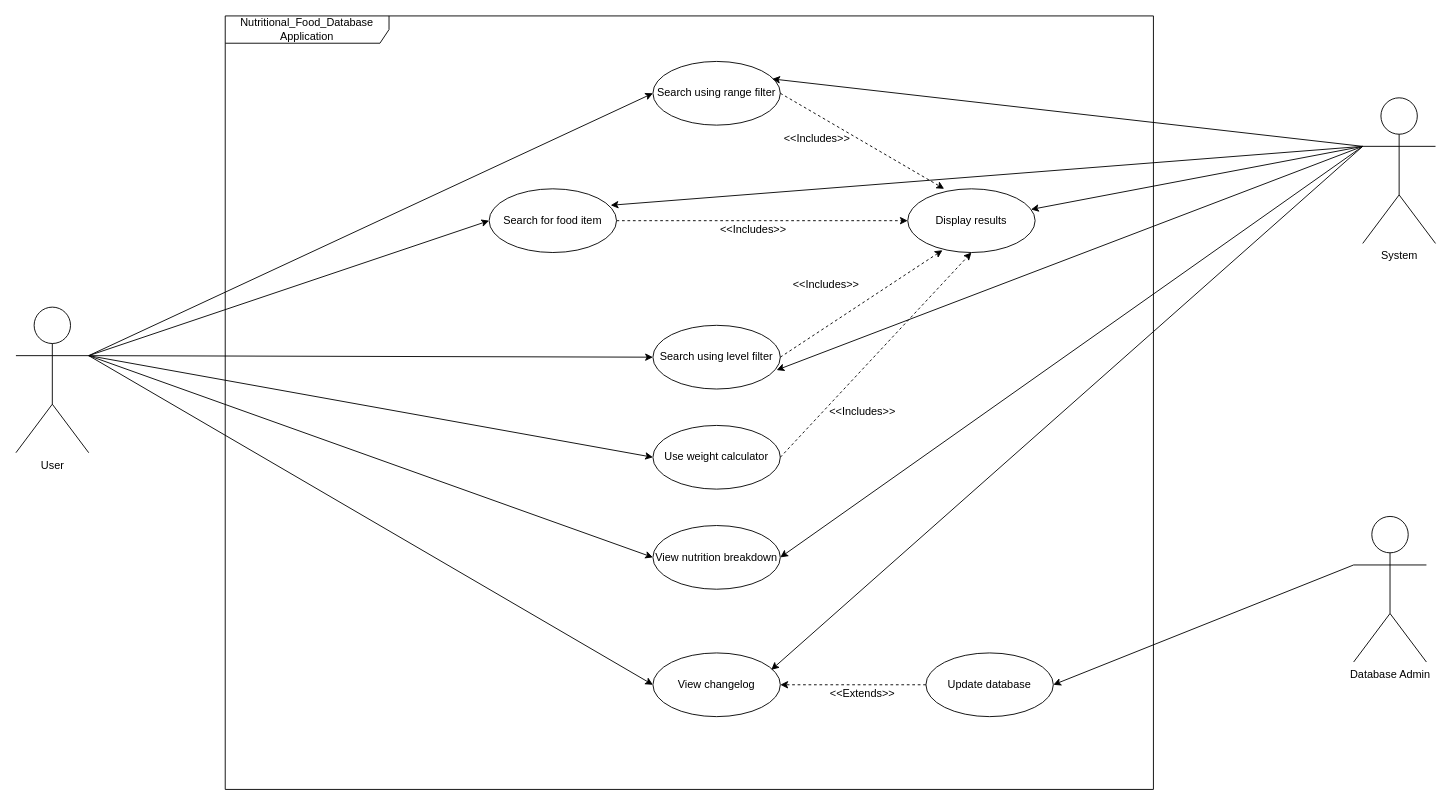
Before: UCD_Group59.drawio in Josh-Wagner1/Milestone1_Group59, a draw.io diagram. Source tidied: cells renumbered, new cells numbered last; positions are measured from the earlier drawing's top-left corner, leaving out a move shared by most shapes. Both pictures are drawn from the tidied source at 91%, with x=0, y=0 at pixel (15, 15).
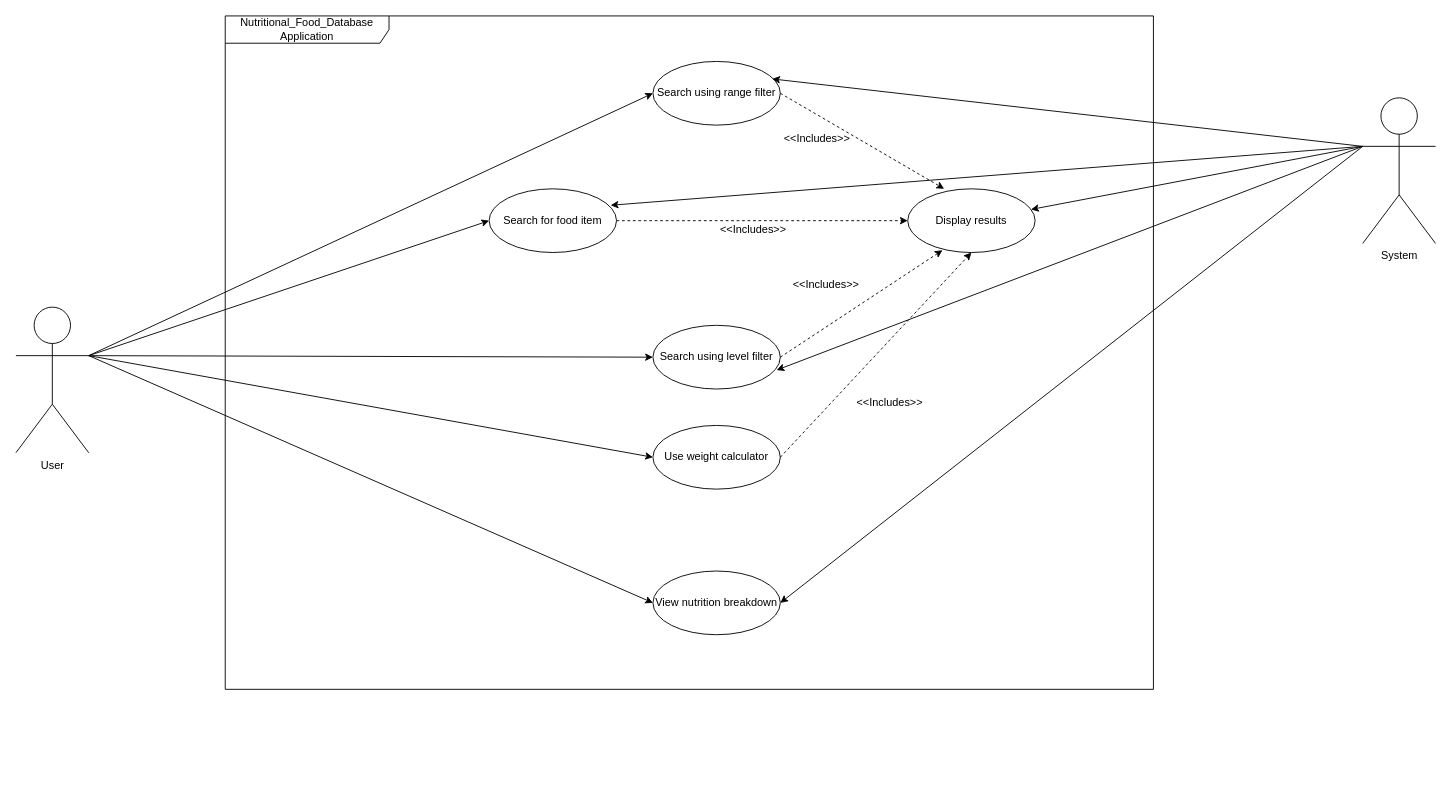
Above is the later version.

Unchanged cells that the change refers to:
```xml
<mxCell id="9" value="User" style="shape=umlActor;verticalLabelPosition=bottom;verticalAlign=top;html=1;" parent="1" vertex="1">
  <mxGeometry y="320" width="80" height="160" as="geometry" />
</mxCell>
<mxCell id="14" value="System" style="shape=umlActor;verticalLabelPosition=bottom;verticalAlign=top;html=1;" parent="1" vertex="1">
  <mxGeometry x="1480" y="90" width="80" height="160" as="geometry" />
</mxCell>
```

The edit, as a diff of the source:
```diff
@@
     <mxCell id="2" value="Nutritional_Food_Database Application" style="shape=umlFrame;whiteSpace=wrap;html=1;width=180;height=30;" parent="1" vertex="1">
-      <mxGeometry x="230" width="1020" height="850" as="geometry" />
+      <mxGeometry x="230" width="1020" height="740" as="geometry" />
     </mxCell>
-    <mxCell id="3" style="rounded=0;jettySize=auto;html=1;exitX=1;exitY=0.3333333333333333;exitDx=0;exitDy=0;exitPerimeter=0;entryX=0;entryY=0.5;entryDx=0;entryDy=0;" parent="1" edge="1" source="9" target="20">
-      <mxGeometry relative="1" as="geometry" />
-    </mxCell>
@@
-    <mxCell id="10" style="rounded=0;jettySize=auto;html=1;exitX=0;exitY=0.3333333333333333;exitDx=0;exitDy=0;exitPerimeter=0;entryX=1;entryY=0.5;entryDx=0;entryDy=0;" parent="1" edge="1" source="11" target="23">
-      <mxGeometry relative="1" as="geometry" />
-    </mxCell>
-    <mxCell id="11" value="Database Admin" style="shape=umlActor;verticalLabelPosition=bottom;verticalAlign=top;html=1;" parent="1" vertex="1">
-      <mxGeometry x="1470" y="550" width="80" height="160" as="geometry" />
-    </mxCell>
@@
     <mxCell id="19" value="View nutrition breakdown" style="ellipse;whiteSpace=wrap;html=1;" parent="1" vertex="1">
-      <mxGeometry x="700" y="560" width="140" height="70" as="geometry" />
+      <mxGeometry x="700" y="610" width="140" height="70" as="geometry" />
     </mxCell>
-    <mxCell id="20" value="View changelog" style="ellipse;whiteSpace=wrap;html=1;" parent="1" vertex="1">
-      <mxGeometry x="700" y="700" width="140" height="70" as="geometry" />
-    </mxCell>
@@
-    <mxCell id="22" style="rounded=0;jettySize=auto;html=1;exitX=0;exitY=0.5;exitDx=0;exitDy=0;entryX=1;entryY=0.5;entryDx=0;entryDy=0;dashed=1;" parent="1" edge="1" source="23" target="20">
-      <mxGeometry relative="1" as="geometry" />
-    </mxCell>
-    <mxCell id="23" value="Update database" style="ellipse;whiteSpace=wrap;html=1;" parent="1" vertex="1">
-      <mxGeometry x="1000" y="700" width="140" height="70" as="geometry" />
-    </mxCell>
-    <mxCell id="24" value="&amp;lt;&amp;lt;Extends&amp;gt;&amp;gt;" style="text;html=1;align=center;verticalAlign=middle;strokeColor=none;fillColor=none;" parent="1" vertex="1">
-      <mxGeometry x="880" y="730" width="100" height="30" as="geometry" />
-    </mxCell>
@@
-    <mxCell id="33" style="rounded=0;jettySize=auto;html=1;exitX=0;exitY=0.3333333333333333;exitDx=0;exitDy=0;exitPerimeter=0;entryX=0.929;entryY=0.266;entryDx=0;entryDy=0;entryPerimeter=0;" parent="1" edge="1" source="14" target="20">
-      <mxGeometry relative="1" as="geometry" />
-    </mxCell>
@@
     <mxCell id="36" value="&amp;lt;&amp;lt;Includes&amp;gt;&amp;gt;" style="text;html=1;align=center;verticalAlign=middle;strokeColor=none;fillColor=none;" parent="1" vertex="1">
-      <mxGeometry x="880" y="420" width="100" height="30" as="geometry" />
+      <mxGeometry x="910" y="410" width="100" height="30" as="geometry" />
     </mxCell>
```
